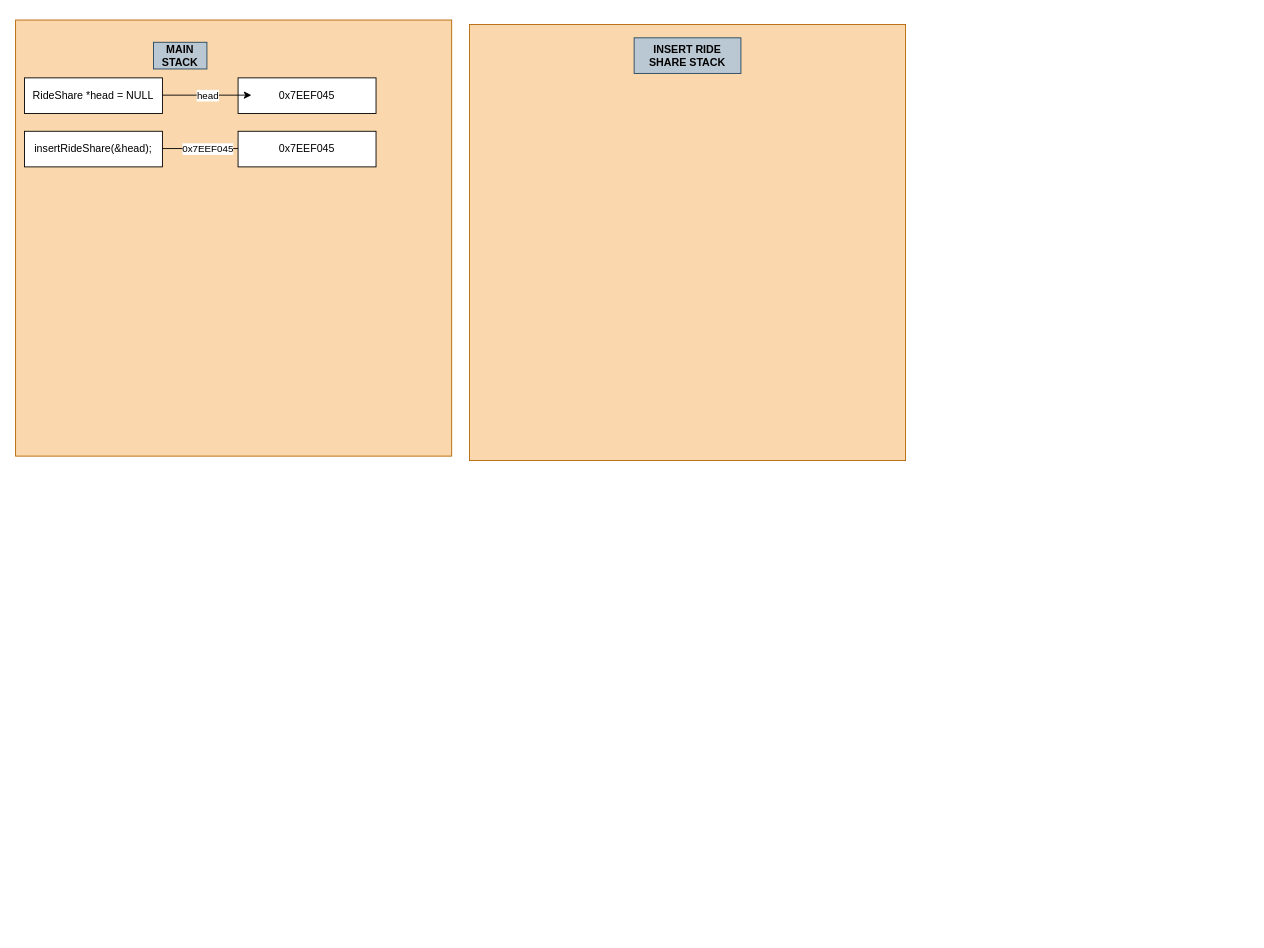
This is page "Page-1" (1 of 2) of Dynamic Memory Allocation in C.drawio from Dread63/CS2060, a draw.io file, before an edit. Source tidied: cells renumbered, new cells numbered last; positions are measured from the earlier drawing's top-left corner, leaving out a move shared by most shapes. Both pictures are drawn from the tidied source at 89%, with x=0, y=0 at pixel (15, 20).
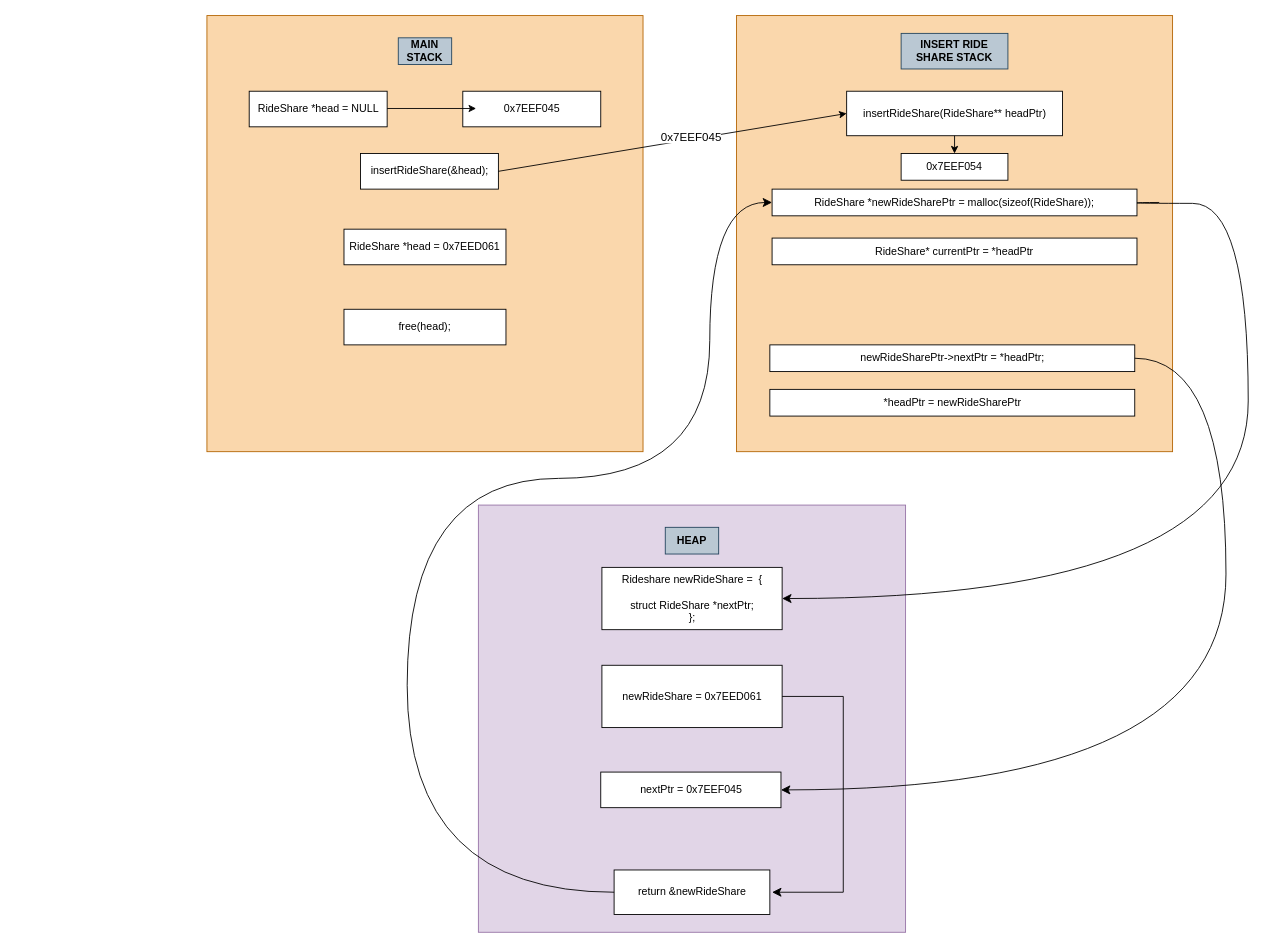
After the change.

What changed in the source:
```diff
@@
     <mxCell id="2" style="whiteSpace=wrap;html=1;fillColor=#fad7ac;strokeColor=#b46504;" parent="1" vertex="1">
-      <mxGeometry width="490" height="490" as="geometry" />
+      <mxGeometry x="215" y="-5" width="490" height="490" as="geometry" />
     </mxCell>
     <mxCell id="3" value="&lt;b&gt;MAIN STACK&lt;/b&gt;" style="text;html=1;align=center;verticalAlign=middle;whiteSpace=wrap;rounded=0;fillColor=#bac8d3;strokeColor=#23445d;" parent="1" vertex="1">
-      <mxGeometry x="155" y="25" width="60" height="30" as="geometry" />
+      <mxGeometry x="430" y="20" width="60" height="30" as="geometry" />
     </mxCell>
     <mxCell id="4" value="RideShare *head = NULL" style="rounded=0;whiteSpace=wrap;html=1;" parent="1" vertex="1">
-      <mxGeometry x="10" y="65" width="155" height="40" as="geometry" />
+      <mxGeometry x="262.5" y="80" width="155" height="40" as="geometry" />
     </mxCell>
     <mxCell id="5" value="insertRideShare(&amp;amp;head);" style="rounded=0;whiteSpace=wrap;html=1;" parent="1" vertex="1">
-      <mxGeometry x="10" y="125" width="155" height="40" as="geometry" />
+      <mxGeometry x="387.5" y="150" width="155" height="40" as="geometry" />
     </mxCell>
     <mxCell id="6" style="whiteSpace=wrap;html=1;fillColor=#fad7ac;strokeColor=#b46504;" parent="1" vertex="1">
-      <mxGeometry x="510" y="5" width="490" height="490" as="geometry" />
+      <mxGeometry x="810" y="-5" width="490" height="490" as="geometry" />
     </mxCell>
     <mxCell id="7" value="&lt;b&gt;INSERT RIDE SHARE STACK&lt;br&gt;&lt;/b&gt;" style="text;html=1;align=center;verticalAlign=middle;whiteSpace=wrap;rounded=0;fillColor=#bac8d3;strokeColor=#23445d;" parent="1" vertex="1">
-      <mxGeometry x="695" y="20" width="120" height="40" as="geometry" />
+      <mxGeometry x="995" y="15" width="120" height="40" as="geometry" />
     </mxCell>
     <mxCell id="8" value="0x7EEF045" style="rounded=0;whiteSpace=wrap;html=1;" parent="1" vertex="1">
-      <mxGeometry x="250" y="65" width="155" height="40" as="geometry" />
+      <mxGeometry x="502.5" y="80" width="155" height="40" as="geometry" />
     </mxCell>
     <mxCell id="9" style="endArrow=classic;html=1;rounded=0;" parent="1" edge="1">
       <mxGeometry relative="1" as="geometry">
-        <mxPoint x="165" y="84.4" as="sourcePoint" />
-        <mxPoint x="265" y="84.4" as="targetPoint" />
+        <mxPoint x="417.5" y="99.4" as="sourcePoint" />
+        <mxPoint x="517.5" y="99.4" as="targetPoint" />
       </mxGeometry>
     </mxCell>
-    <mxCell id="10" value="&lt;div&gt;head&lt;/div&gt;" style="edgeLabel;html=1;align=center;verticalAlign=middle;" parent="9" vertex="1">
-      <mxGeometry relative="1" as="geometry" />
-    </mxCell>
-    <mxCell id="11" style="endArrow=classic;html=1;rounded=0;" parent="1" edge="1">
-      <mxGeometry relative="1" as="geometry">
-        <mxPoint x="165" y="144.4" as="sourcePoint" />
-        <mxPoint x="265" y="144.4" as="targetPoint" />
-      </mxGeometry>
+    <mxCell id="11" style="endArrow=classic;html=1;rounded=0;exitX=1;exitY=0.5;exitDx=0;exitDy=0;entryX=0;entryY=0.5;entryDx=0;entryDy=0;" parent="1" edge="1" source="5" target="13">
+      <mxGeometry relative="1" as="geometry" />
     </mxCell>
-    <mxCell id="12" value="0x7EEF045" style="edgeLabel;html=1;align=center;verticalAlign=middle;" parent="11" vertex="1">
-      <mxGeometry relative="1" as="geometry" />
+    <mxCell id="12" value="0x7EEF045" style="edgeLabel;html=1;align=center;verticalAlign=middle;spacing=2;fontSize=13;" parent="11" vertex="1">
+      <mxGeometry relative="1" as="geometry">
+        <mxPoint x="21" y="-7" as="offset" />
+      </mxGeometry>
     </mxCell>
-    <mxCell id="13" value="0x7EEF045" style="rounded=0;whiteSpace=wrap;html=1;" parent="1" vertex="1">
-      <mxGeometry x="250" y="125" width="155" height="40" as="geometry" />
+    <mxCell id="13" value="insertRideShare(RideShare** headPtr)" style="rounded=0;whiteSpace=wrap;html=1;" parent="1" vertex="1">
+      <mxGeometry x="933.8" y="80" width="242.5" height="50" as="geometry" />
     </mxCell>
+    <mxCell id="14" style="endArrow=classic;html=1;rounded=0;exitX=0.5;exitY=1;exitDx=0;exitDy=0;" parent="1" edge="1" source="13" target="15">
+      <mxGeometry relative="1" as="geometry" />
+    </mxCell>
+    <mxCell id="15" value="0x7EEF054" style="rounded=0;whiteSpace=wrap;html=1;" parent="1" vertex="1">
+      <mxGeometry x="995" y="150" width="120" height="30" as="geometry" />
+    </mxCell>
+    <mxCell id="16" value="RideShare* currentPtr = *headPtr" style="rounded=0;whiteSpace=wrap;html=1;" parent="1" vertex="1">
+      <mxGeometry x="850" y="245" width="410" height="30" as="geometry" />
+    </mxCell>
+    <mxCell id="17" style="whiteSpace=wrap;html=1;fillColor=#e1d5e7;strokeColor=#9673a6;" parent="1" vertex="1">
+      <mxGeometry x="520" y="545" width="480" height="480" as="geometry" />
+    </mxCell>
+    <mxCell id="18" value="&lt;b&gt;HEAP&lt;/b&gt;" style="text;html=1;align=center;verticalAlign=middle;whiteSpace=wrap;rounded=0;fillColor=#bac8d3;strokeColor=#23445d;" parent="1" vertex="1">
+      <mxGeometry x="730" y="570" width="60" height="30" as="geometry" />
+    </mxCell>
+    <mxCell id="19" value="RideShare *newRideSharePtr = malloc(sizeof(RideShare));" style="rounded=0;whiteSpace=wrap;html=1;" parent="1" vertex="1">
+      <mxGeometry x="850" y="190" width="410" height="30" as="geometry" />
+    </mxCell>
+    <mxCell id="20" style="edgeStyle=orthogonalEdgeStyle;endArrow=classic;html=1;rounded=0;endSize=8;startSize=8;elbow=vertical;curved=1;entryX=1;entryY=0.5;entryDx=0;entryDy=0;" parent="1" edge="1" target="21">
+      <mxGeometry relative="1" as="geometry">
+        <mxPoint x="1285" y="205" as="sourcePoint" />
+        <Array as="points">
+          <mxPoint x="1260" y="205" />
+          <mxPoint x="1260" y="206" />
+          <mxPoint x="1385" y="206" />
+          <mxPoint x="1385" y="650" />
+        </Array>
+      </mxGeometry>
+    </mxCell>
+    <mxCell id="21" value="&lt;div&gt;Rideshare newRideShare =&amp;nbsp; {&lt;/div&gt;&lt;div&gt;&lt;br&gt;&lt;/div&gt;&lt;div&gt;struct RideShare *nextPtr;&lt;br&gt;&lt;/div&gt;&lt;div&gt;};&lt;/div&gt;" style="rounded=0;whiteSpace=wrap;html=1;" parent="1" vertex="1">
+      <mxGeometry x="658.8" y="615" width="202.5" height="70" as="geometry" />
+    </mxCell>
+    <mxCell id="22" value="return &amp;amp;newRideShare" style="rounded=0;whiteSpace=wrap;html=1;" parent="1" vertex="1">
+      <mxGeometry x="672.5" y="955" width="175" height="50" as="geometry" />
+    </mxCell>
+    <mxCell id="23" style="edgeStyle=orthogonalEdgeStyle;endArrow=classic;html=1;curved=1;rounded=0;endSize=8;startSize=8;entryX=0;entryY=0.5;entryDx=0;entryDy=0;" parent="1" edge="1" source="22" target="19">
+      <mxGeometry relative="1" as="geometry">
+        <Array as="points">
+          <mxPoint x="440" y="980" />
+          <mxPoint x="440" y="515" />
+          <mxPoint x="780" y="515" />
+          <mxPoint x="780" y="205" />
+        </Array>
+      </mxGeometry>
+    </mxCell>
+    <mxCell id="24" value="newRideSharePtr-&amp;gt;nextPtr = *headPtr;" style="rounded=0;whiteSpace=wrap;html=1;" parent="1" vertex="1">
+      <mxGeometry x="847.5" y="365" width="410" height="30" as="geometry" />
+    </mxCell>
+    <mxCell id="25" style="edgeStyle=orthogonalEdgeStyle;endArrow=classic;html=1;rounded=0;endSize=8;startSize=8;exitX=1;exitY=0.5;exitDx=0;exitDy=0;curved=1;entryX=1;entryY=0.5;entryDx=0;entryDy=0;" parent="1" edge="1" source="24" target="26">
+      <mxGeometry relative="1" as="geometry">
+        <Array as="points">
+          <mxPoint x="1360" y="380" />
+          <mxPoint x="1360" y="865" />
+        </Array>
+      </mxGeometry>
+    </mxCell>
+    <mxCell id="26" value="nextPtr = 0x7EEF045" style="rounded=0;whiteSpace=wrap;html=1;" parent="1" vertex="1">
+      <mxGeometry x="657.5" y="845" width="202.5" height="40" as="geometry" />
+    </mxCell>
+    <mxCell id="27" value="newRideShare = 0x7EED061" style="rounded=0;whiteSpace=wrap;html=1;" parent="1" vertex="1">
+      <mxGeometry x="658.8" y="725" width="202.5" height="70" as="geometry" />
+    </mxCell>
+    <mxCell id="28" style="edgeStyle=segmentEdgeStyle;endArrow=classic;html=1;curved=0;rounded=0;endSize=8;startSize=8;exitX=1;exitY=0.5;exitDx=0;exitDy=0;" parent="1" edge="1" source="27">
+      <mxGeometry relative="1" as="geometry">
+        <mxPoint x="850" y="980" as="targetPoint" />
+        <Array as="points">
+          <mxPoint x="930" y="760" />
+          <mxPoint x="930" y="980" />
+        </Array>
+      </mxGeometry>
+    </mxCell>
+    <mxCell id="29" value="*headPtr = newRideSharePtr" style="rounded=0;whiteSpace=wrap;html=1;" parent="1" vertex="1">
+      <mxGeometry x="847.5" y="415" width="410" height="30" as="geometry" />
+    </mxCell>
+    <mxCell id="30" value="RideShare *head = 0x7EED061" style="rounded=0;whiteSpace=wrap;html=1;" parent="1" vertex="1">
+      <mxGeometry x="369" y="235" width="182" height="40" as="geometry" />
+    </mxCell>
+    <mxCell id="31" value="free(head);" style="rounded=0;whiteSpace=wrap;html=1;" parent="1" vertex="1">
+      <mxGeometry x="369" y="325" width="182" height="40" as="geometry" />
+    </mxCell>
```
